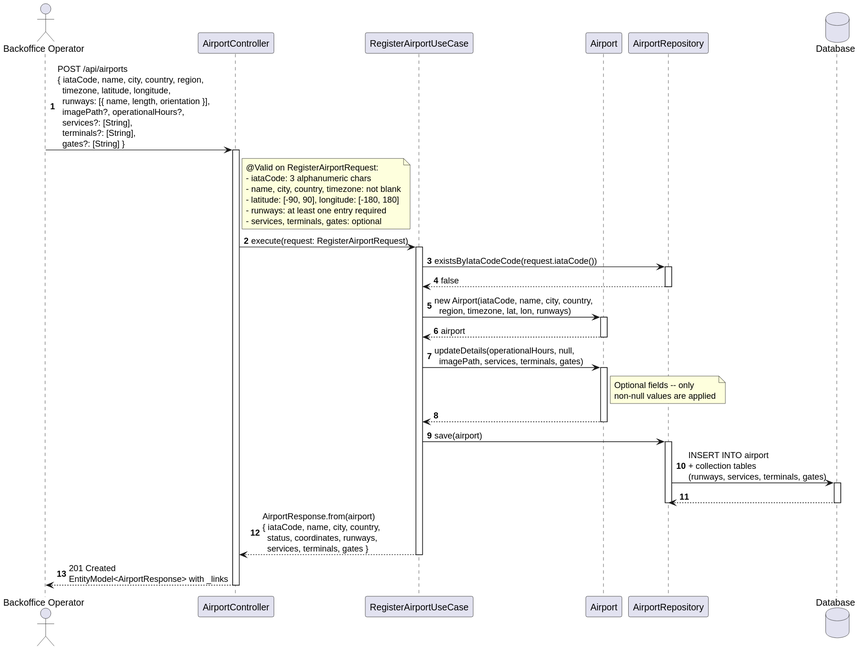
Above: docs/system-documentation/use-cases/WP2B/US207/svg/sd_us207.svg in VascoMagolo/psoft_1231562_1241692_1242036_2db (PlantUML), before the change.
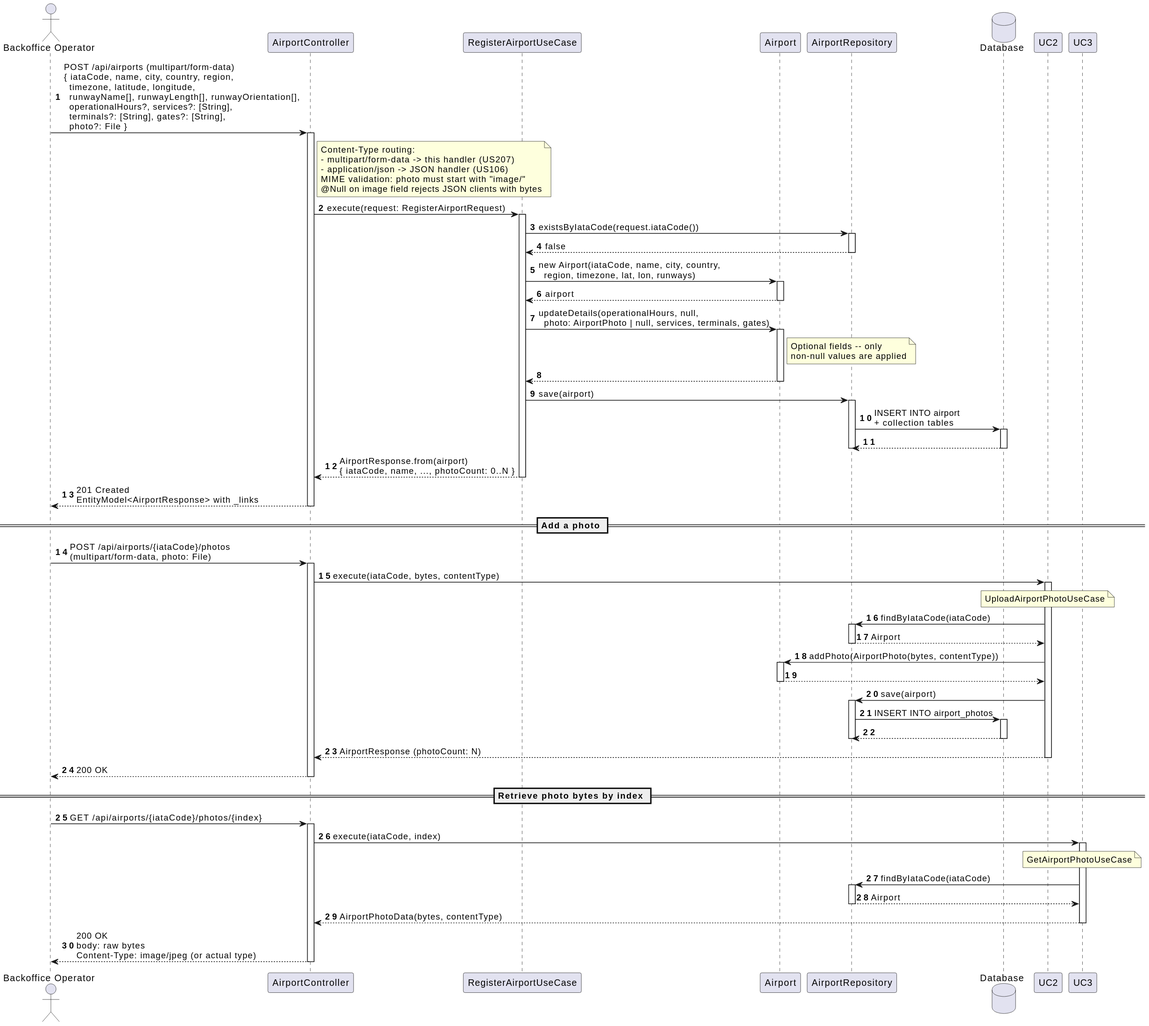
Above is the later version.

Diff of the diagram source:
```diff
@@ -7,22 +7,21 @@
 participant "AirportRepository" as Repo
 database "Database" as DB
 
-BO -> Ctrl : POST /api/airports\n{ iataCode, name, city, country, region,\n  timezone, latitude, longitude,\n  runways: [{ name, length, orientation }],\n  imagePath?, operationalHours?,\n  services?: [String],\n  terminals?: [String],\n  gates?: [String] }
+BO -> Ctrl : POST /api/airports (multipart/form-data)\n{ iataCode, name, city, country, region,\n  timezone, latitude, longitude,\n  runwayName[], runwayLength[], runwayOrientation[],\n  operationalHours?, services?: [String],\n  terminals?: [String], gates?: [String],\n  photo?: File }
 activate Ctrl
 
 note right of Ctrl
-  @Valid on RegisterAirportRequest:
-  - iataCode: 3 alphanumeric chars
-  - name, city, country, timezone: not blank
-  - latitude: [-90, 90], longitude: [-180, 180]
-  - runways: at least one entry required
-  - services, terminals, gates: optional
+  Content-Type routing:
+  - multipart/form-data -> this handler (US207)
+  - application/json   -> JSON handler (US106)
+  MIME validation: photo must start with "image/"
+  @Null on image field rejects JSON clients with bytes
 end note
 
 Ctrl -> UC : execute(request: RegisterAirportRequest)
 activate UC
 
-UC -> Repo : existsByIataCodeCode(request.iataCode())
+UC -> Repo : existsByIataCode(request.iataCode())
 activate Repo
 Repo --> UC : false
 deactivate Repo
@@ -32,7 +31,7 @@
 Entity --> UC : airport
 deactivate Entity
 
-UC -> Entity : updateDetails(operationalHours, null,\n  imagePath, services, terminals, gates)
+UC -> Entity : updateDetails(operationalHours, null,\n  photo: AirportPhoto | null, services, terminals, gates)
 activate Entity
 note right of Entity : Optional fields -- only\nnon-null values are applied
 Entity --> UC
@@ -40,15 +39,58 @@
 
 UC -> Repo : save(airport)
 activate Repo
-Repo -> DB : INSERT INTO airport\n+ collection tables\n(runways, services, terminals, gates)
+Repo -> DB : INSERT INTO airport\n+ collection tables
 activate DB
 DB --> Repo
 deactivate DB
 deactivate Repo
 
-UC --> Ctrl : AirportResponse.from(airport)\n{ iataCode, name, city, country,\n  status, coordinates, runways,\n  services, terminals, gates }
+UC --> Ctrl : AirportResponse.from(airport)\n{ iataCode, name, ..., photoCount: 0..N }
 deactivate UC
 
 Ctrl --> BO : 201 Created\nEntityModel<AirportResponse> with _links
 deactivate Ctrl
+
+== Add a photo ==
+
+BO -> Ctrl : POST /api/airports/{iataCode}/photos\n(multipart/form-data, photo: File)
+activate Ctrl
+Ctrl -> UC2 : execute(iataCode, bytes, contentType)
+activate UC2
+note over UC2 : UploadAirportPhotoUseCase
+UC2 -> Repo : findByIataCode(iataCode)
+activate Repo
+Repo --> UC2 : Airport
+deactivate Repo
+UC2 -> Entity : addPhoto(AirportPhoto(bytes, contentType))
+activate Entity
+Entity --> UC2
+deactivate Entity
+UC2 -> Repo : save(airport)
+activate Repo
+Repo -> DB : INSERT INTO airport_photos
+activate DB
+DB --> Repo
+deactivate DB
+deactivate Repo
+UC2 --> Ctrl : AirportResponse (photoCount: N)
+deactivate UC2
+Ctrl --> BO : 200 OK
+deactivate Ctrl
+
+== Retrieve photo bytes by index ==
+
+BO -> Ctrl : GET /api/airports/{iataCode}/photos/{index}
+activate Ctrl
+Ctrl -> UC3 : execute(iataCode, index)
+activate UC3
+note over UC3 : GetAirportPhotoUseCase
+UC3 -> Repo : findByIataCode(iataCode)
+activate Repo
+Repo --> UC3 : Airport
+deactivate Repo
+UC3 --> Ctrl : AirportPhotoData(bytes, contentType)
+deactivate UC3
+Ctrl --> BO : 200 OK\nbody: raw bytes\nContent-Type: image/jpeg (or actual type)
+deactivate Ctrl
 @enduml
```
